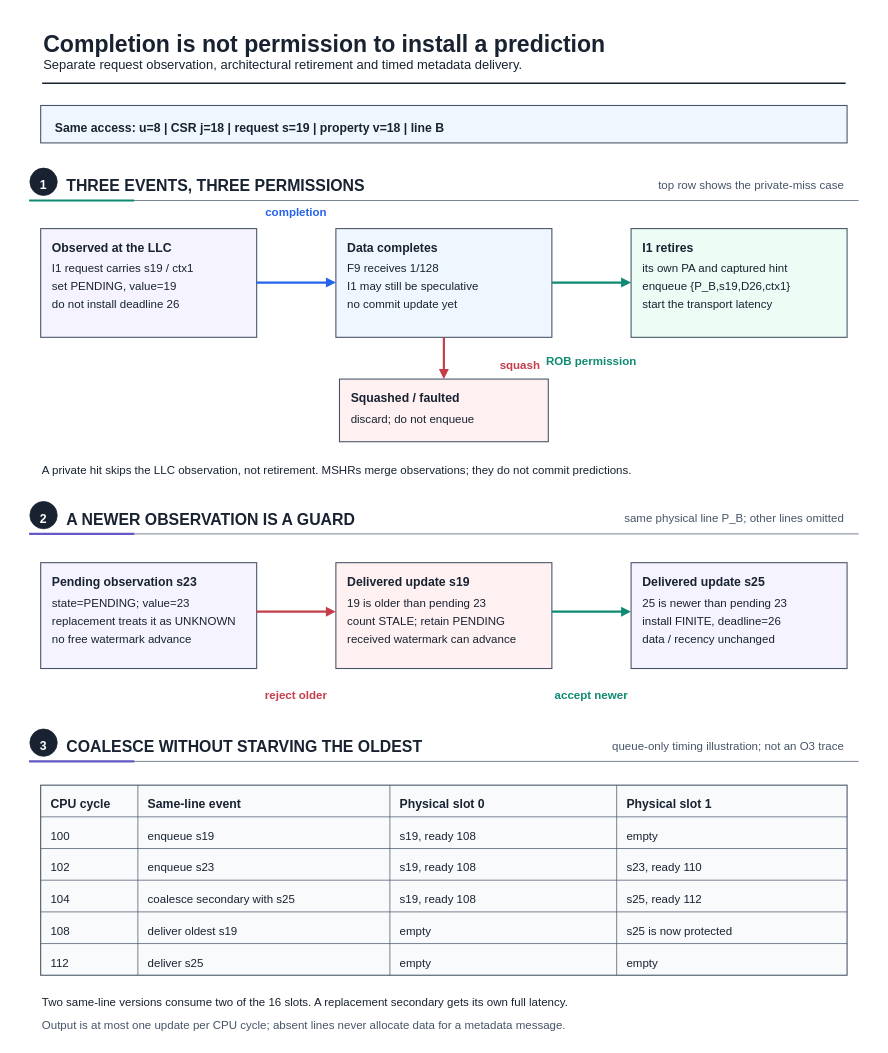
Above: fig/wiki_src/risc-v-instruction-path/risc-v-instruction-path-f03-mshr-metadata-lifecycle.drawio in UVA-LavaLab/ECG_GrAPL (draw.io), before the change. Source tidied: cells renumbered, new cells numbered last; positions are measured from the earlier drawing's top-left corner, leaving out a move shared by most shapes. Both pictures are drawn from the tidied source at 72%, with x=0, y=0 at pixel (12, 12).
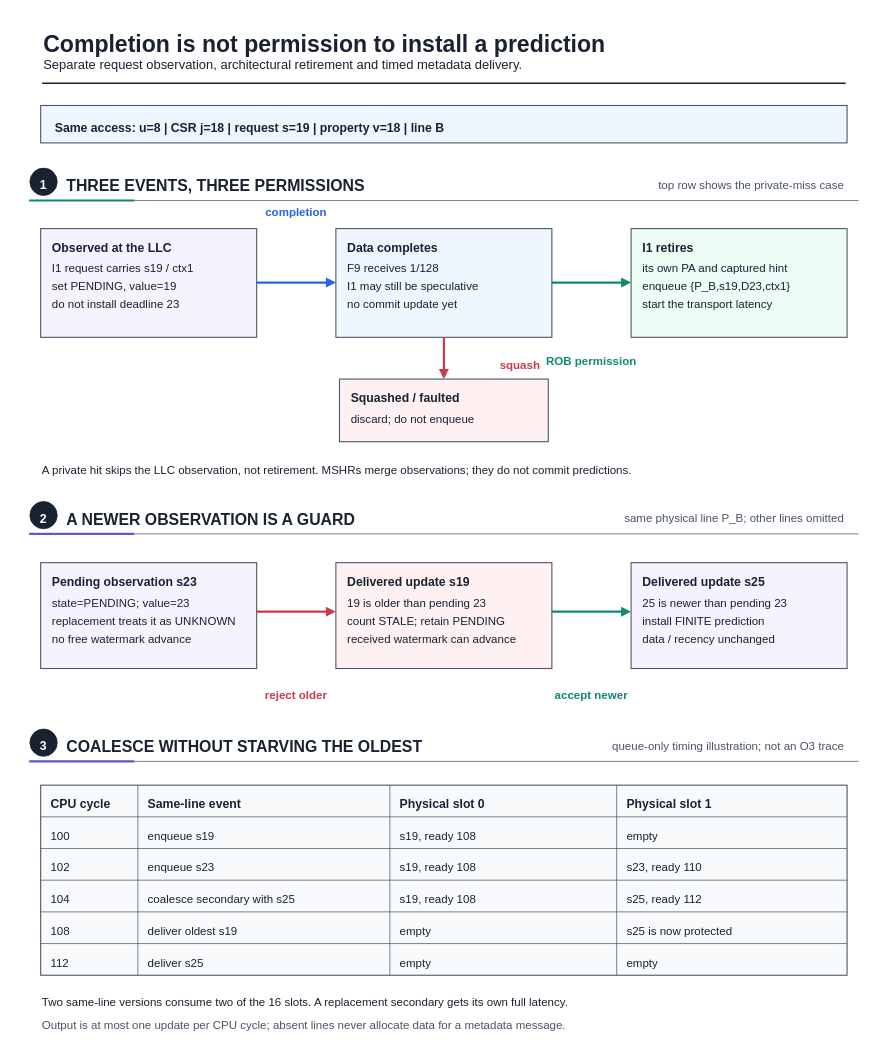
The same page after the edit.

The edit, as a diff of the source:
```diff
@@
-    <mxCell id="18" value="do not install deadline 26" style="text;html=0;strokeColor=none;fillColor=none;align=left;verticalAlign=middle;fontFamily=Liberation Sans;fontSize=16;fontColor=#182230;fontStyle=0;" parent="1" vertex="1">
+    <mxCell id="18" value="do not install deadline 23" style="text;html=0;strokeColor=none;fillColor=none;align=left;verticalAlign=middle;fontFamily=Liberation Sans;fontSize=16;fontColor=#182230;fontStyle=0;" parent="1" vertex="1">
       <mxGeometry x="54" y="394.2" width="220.5" height="22.4" as="geometry" />
     </mxCell>
@@
-    <mxCell id="27" value="enqueue {P_B,s19,D26,ctx1}" style="text;html=0;strokeColor=none;fillColor=none;align=left;verticalAlign=middle;fontFamily=Liberation Sans;fontSize=16;fontColor=#182230;fontStyle=0;" parent="1" vertex="1">
+    <mxCell id="27" value="enqueue {P_B,s19,D23,ctx1}" style="text;html=0;strokeColor=none;fillColor=none;align=left;verticalAlign=middle;fontFamily=Liberation Sans;fontSize=16;fontColor=#182230;fontStyle=0;" parent="1" vertex="1">
       <mxGeometry x="874" y="369.2" width="220.5" height="22.4" as="geometry" />
     </mxCell>
@@
-    <mxCell id="58" value="install FINITE, deadline=26" style="text;html=0;strokeColor=none;fillColor=none;align=left;verticalAlign=middle;fontFamily=Liberation Sans;fontSize=16;fontColor=#182230;fontStyle=0;" parent="1" vertex="1">
-      <mxGeometry x="874" y="833.2" width="229" height="22.4" as="geometry" />
+    <mxCell id="58" value="install FINITE prediction" style="text;html=0;strokeColor=none;fillColor=none;align=left;verticalAlign=middle;fontFamily=Liberation Sans;fontSize=16;fontColor=#182230;fontStyle=0;" parent="1" vertex="1">
+      <mxGeometry x="874" y="833.2" width="212" height="22.4" as="geometry" />
     </mxCell>
```
